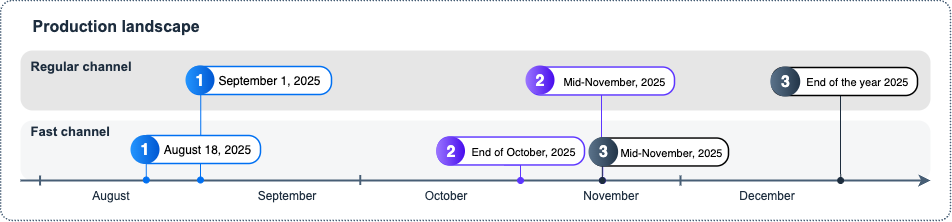
The draw.io diagram docs/30-development/images/APIRule_Migration_Timeline_-_External_f1ce3d8.png in SAP-docs/btp-cloud-platform, before a commit. Source tidied: cells renumbered, new cells last; positions are measured from the earlier drawing's top-left corner, leaving out a move shared by most shapes.
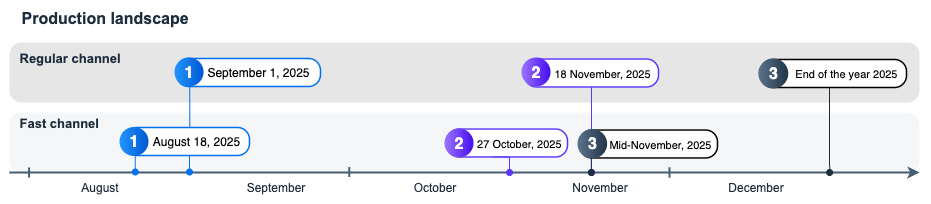
After the commit.

What changed in the source:
```diff
@@ -2,15 +2,12 @@
   <root>
     <mxCell id="0" />
     <mxCell id="1" parent="0" />
-    <mxCell id="2" style="rounded=1;whiteSpace=wrap;html=1;strokeColor=#475E75;fillColor=none;arcSize=24;absoluteArcSize=1;imageWidth=64;imageHeight=64;strokeWidth=1.5;dashed=1;dashPattern=1 1;" parent="1" vertex="1">
-      <mxGeometry width="950" height="220" as="geometry" />
-    </mxCell>
-    <mxCell id="3" style="rounded=1;whiteSpace=wrap;html=1;strokeColor=none;fillColor=#F5F6F7;arcSize=24;absoluteArcSize=1;imageWidth=64;imageHeight=64;strokeWidth=1.5;dashed=1;align=center;verticalAlign=middle;fontFamily=Helvetica;fontSize=12;fontColor=default;dashPattern=1 1;" parent="1" vertex="1">
-      <mxGeometry x="20" y="120" width="910" height="60" as="geometry" />
-    </mxCell>
-    <mxCell id="4" style="endArrow=classic;html=1;rounded=0;strokeWidth=2;strokeColor=#475E75;entryX=1;entryY=1;entryDx=0;entryDy=0;exitX=0;exitY=1;exitDx=0;exitDy=0;" parent="1" edge="1" source="3" target="3">
-      <mxGeometry relative="1" as="geometry" />
-    </mxCell>
+    <mxCell id="42" style="rounded=1;whiteSpace=wrap;html=1;strokeColor=none;fillColor=#F5F6F7;arcSize=24;absoluteArcSize=1;imageWidth=64;imageHeight=64;strokeWidth=1.5;dashed=1;align=center;verticalAlign=middle;fontFamily=Helvetica;fontSize=12;fontColor=default;dashPattern=1 1;" parent="1" vertex="1">
+      <mxGeometry x="20" y="120" width="910" height="60" as="geometry" />
+    </mxCell>
+    <mxCell id="43" style="endArrow=classic;html=1;rounded=0;strokeWidth=2;strokeColor=#475E75;entryX=1;entryY=1;entryDx=0;entryDy=0;exitX=0;exitY=1;exitDx=0;exitDy=0;" parent="1" edge="1" source="42" target="42">
+      <mxGeometry relative="1" as="geometry" />
+    </mxCell>
     <mxCell id="5" value="&lt;font size=&quot;1&quot; face=&quot;arial&quot; style=&quot;&quot;&gt;&lt;span style=&quot;font-size: 12px;&quot;&gt;September&lt;/span&gt;&lt;/font&gt;" style="text;html=1;align=center;verticalAlign=middle;strokeColor=none;fillColor=none;fontSize=12;fontColor=#1D2D3E;fontFamily=Helvetica;" parent="1" vertex="1">
       <mxGeometry x="246" y="180" width="80" height="30" as="geometry" />
     </mxCell>
@@ -20,12 +17,12 @@
     <mxCell id="7" value="&lt;font size=&quot;1&quot; face=&quot;arial&quot; style=&quot;&quot;&gt;&lt;span style=&quot;font-size: 12px;&quot;&gt;December&lt;/span&gt;&lt;/font&gt;" style="text;html=1;align=center;verticalAlign=middle;strokeColor=none;fillColor=none;fontSize=12;fontColor=#1D2D3E;fontFamily=Helvetica;" parent="1" vertex="1">
       <mxGeometry x="726" y="180" width="80" height="30" as="geometry" />
     </mxCell>
-    <mxCell id="8" style="endArrow=none;html=1;rounded=0;strokeWidth=2;strokeColor=#475E75;endFill=0;" parent="1" edge="1">
-      <mxGeometry relative="1" as="geometry">
-        <mxPoint x="680" y="175" as="sourcePoint" />
-        <mxPoint x="680" y="185" as="targetPoint" />
-      </mxGeometry>
-    </mxCell>
+    <mxCell id="44" style="endArrow=none;html=1;rounded=0;strokeWidth=2;strokeColor=#475E75;endFill=0;" parent="1" edge="1">
+      <mxGeometry relative="1" as="geometry">
+        <mxPoint x="680" y="175" as="sourcePoint" />
+        <mxPoint x="680" y="185" as="targetPoint" />
+      </mxGeometry>
+    </mxCell>
     <mxCell id="9" value="&lt;font face=&quot;arial&quot;&gt;&lt;span&gt;&lt;b&gt;Regular channel&lt;/b&gt;&lt;/span&gt;&lt;/font&gt;" style="text;html=1;align=left;verticalAlign=middle;strokeColor=none;fillColor=none;fontSize=12;fontColor=#1d2d3e;fontFamily=Helvetica;" parent="1" vertex="1">
       <mxGeometry x="37.6" y="69" width="120" height="30" as="geometry" />
     </mxCell>
@@ -38,54 +35,54 @@
     <mxCell id="12" value="&lt;font size=&quot;1&quot; face=&quot;arial&quot; style=&quot;&quot;&gt;&lt;span style=&quot;font-size: 12px;&quot;&gt;August&lt;/span&gt;&lt;/font&gt;" style="text;html=1;align=center;verticalAlign=middle;strokeColor=none;fillColor=none;fontSize=12;fontColor=#1D2D3E;fontFamily=Helvetica;" parent="1" vertex="1">
       <mxGeometry x="80" y="180" width="60" height="30" as="geometry" />
     </mxCell>
-    <mxCell id="13" style="rounded=1;whiteSpace=wrap;html=1;strokeColor=none;fillColor=#E6E6E6;arcSize=24;absoluteArcSize=1;imageWidth=64;imageHeight=64;strokeWidth=1.5;dashed=1;dashPattern=1 1;align=center;verticalAlign=middle;fontFamily=Helvetica;fontSize=12;fontColor=default;" parent="1" vertex="1">
-      <mxGeometry x="20" y="50" width="910" height="60" as="geometry" />
-    </mxCell>
+    <mxCell id="45" style="rounded=1;whiteSpace=wrap;html=1;strokeColor=none;fillColor=#E6E6E6;arcSize=24;absoluteArcSize=1;imageWidth=64;imageHeight=64;strokeWidth=1.5;dashed=1;dashPattern=1 1;align=center;verticalAlign=middle;fontFamily=Helvetica;fontSize=12;fontColor=default;" parent="1" vertex="1">
+      <mxGeometry x="20" y="50" width="910" height="60" as="geometry" />
+    </mxCell>
     <mxCell id="14" value="&lt;font size=&quot;1&quot; face=&quot;arial&quot; style=&quot;&quot;&gt;&lt;span style=&quot;font-size: 12px;&quot;&gt;November&lt;/span&gt;&lt;/font&gt;" style="text;html=1;align=center;verticalAlign=middle;strokeColor=none;fillColor=none;fontSize=12;fontColor=#1D2D3E;fontFamily=Helvetica;" parent="1" vertex="1">
       <mxGeometry x="570" y="180" width="80" height="30" as="geometry" />
     </mxCell>
     <mxCell id="15" value="&lt;font face=&quot;arial&quot;&gt;&lt;span&gt;&lt;b&gt;Regular channel&lt;/b&gt;&lt;/span&gt;&lt;/font&gt;" style="text;html=1;align=left;verticalAlign=middle;strokeColor=none;fillColor=none;fontSize=13;fontColor=#1d2d3e;fontFamily=Helvetica;" parent="1" vertex="1">
       <mxGeometry x="27.6" y="50" width="120" height="30" as="geometry" />
     </mxCell>
-    <mxCell id="16" style="group;" parent="1" vertex="1">
-      <mxGeometry x="522" y="66" width="157" height="114" as="geometry" />
-    </mxCell>
-    <mxCell id="17" style="edgeStyle=orthogonalEdgeStyle;rounded=0;jettySize=auto;html=1;exitX=0.5;exitY=1;exitDx=0;exitDy=0;endArrow=oval;endFill=1;strokeColor=#5D36FF;" parent="16" edge="1" source="18">
-      <mxGeometry relative="1" as="geometry">
-        <mxPoint x="80.1" y="114" as="targetPoint" />
-      </mxGeometry>
-    </mxCell>
-    <mxCell id="18" value="Mid-November, 2025" style="rounded=1;whiteSpace=wrap;html=1;strokeColor=#5D36FF;fillColor=#ffffff;arcSize=24;absoluteArcSize=1;imageWidth=64;imageHeight=64;strokeWidth=1.5;align=right;spacingLeft=0;spacing=0;fontSize=11;spacingRight=9;" parent="16" vertex="1">
-      <mxGeometry x="6" y="0.5" width="146" height="28" as="geometry" />
-    </mxCell>
-    <mxCell id="19" value="2" style="ellipse;whiteSpace=wrap;html=1;rotation=0;gradientColor=#470CED;strokeColor=none;gradientDirection=east;fillColor=#9B76FF;rounded=0;fontFamily=Helvetica;fontSize=16;fontColor=#FFFFFF;spacingTop=4;spacingBottom=4;spacingLeft=4;spacingRight=4;fontStyle=1;" parent="16" vertex="1">
-      <mxGeometry x="3" y="-1" width="29" height="29" as="geometry" />
-    </mxCell>
-    <mxCell id="20" style="group;" parent="1" vertex="1">
-      <mxGeometry x="435.5" y="136" width="148.5" height="44" as="geometry" />
-    </mxCell>
-    <mxCell id="21" style="edgeStyle=orthogonalEdgeStyle;rounded=0;orthogonalLoop=1;jettySize=auto;html=1;exitX=0.5;exitY=1;exitDx=0;exitDy=0;endArrow=oval;endFill=1;strokeColor=#5D36FF;" parent="20" edge="1">
-      <mxGeometry relative="1" as="geometry">
-        <mxPoint x="68" y="28.5" as="sourcePoint" />
-        <mxPoint x="84.6" y="44" as="targetPoint" />
-      </mxGeometry>
-    </mxCell>
-    <mxCell id="22" value="End of October, 2025" style="rounded=1;whiteSpace=wrap;html=1;strokeColor=#5D36FF;fillColor=#ffffff;arcSize=24;absoluteArcSize=1;imageWidth=64;imageHeight=64;strokeWidth=1.5;align=right;spacingLeft=0;spacing=0;fontSize=11;spacingRight=9;" parent="20" vertex="1">
-      <mxGeometry x="1.5" y="0.5" width="147" height="28" as="geometry" />
-    </mxCell>
-    <mxCell id="23" value="2" style="ellipse;whiteSpace=wrap;html=1;rotation=0;gradientColor=#470CED;strokeColor=none;gradientDirection=east;fillColor=#9B76FF;rounded=0;fontFamily=Helvetica;fontSize=16;fontColor=#FFFFFF;spacingTop=4;spacingBottom=4;spacingLeft=4;spacingRight=4;fontStyle=1;" parent="20" vertex="1">
-      <mxGeometry width="29" height="29" as="geometry" />
-    </mxCell>
-    <mxCell id="24" style="group;spacing=2;spacingLeft=0;spacingRight=-2;" parent="1" vertex="1">
-      <mxGeometry x="588" y="136.5" width="153" height="43.5" as="geometry" />
-    </mxCell>
-    <mxCell id="25" style="edgeStyle=orthogonalEdgeStyle;rounded=0;orthogonalLoop=1;jettySize=auto;html=1;exitX=0;exitY=0.5;exitDx=0;exitDy=0;endArrow=oval;endFill=1;strokeColor=#1D2D3E;" parent="24" edge="1">
-      <mxGeometry relative="1" as="geometry">
-        <mxPoint x="13.8" y="10.5" as="sourcePoint" />
-        <mxPoint x="13.8" y="43.5" as="targetPoint" />
-      </mxGeometry>
-    </mxCell>
+    <mxCell id="46" style="group;" parent="1" vertex="1">
+      <mxGeometry x="522" y="66" width="157" height="114" as="geometry" />
+    </mxCell>
+    <mxCell id="47" style="edgeStyle=orthogonalEdgeStyle;rounded=0;jettySize=auto;html=1;exitX=0.5;exitY=1;exitDx=0;exitDy=0;endArrow=oval;endFill=1;strokeColor=#5D36FF;" parent="46" edge="1" source="48">
+      <mxGeometry relative="1" as="geometry">
+        <mxPoint x="80.1" y="114" as="targetPoint" />
+      </mxGeometry>
+    </mxCell>
+    <mxCell id="48" value="18 November, 2025" style="rounded=1;whiteSpace=wrap;html=1;strokeColor=#5D36FF;fillColor=#ffffff;arcSize=24;absoluteArcSize=1;imageWidth=64;imageHeight=64;strokeWidth=1.5;align=right;spacingLeft=0;spacing=0;fontSize=11;spacingRight=8;" parent="46" vertex="1">
+      <mxGeometry x="13" y="0.5" width="134" height="28" as="geometry" />
+    </mxCell>
+    <mxCell id="49" value="2" style="ellipse;whiteSpace=wrap;html=1;rotation=0;gradientColor=#470CED;strokeColor=none;gradientDirection=east;fillColor=#9B76FF;rounded=0;fontFamily=Helvetica;fontSize=16;fontColor=#FFFFFF;spacingTop=4;spacingBottom=4;spacingLeft=4;spacingRight=4;fontStyle=1;" parent="46" vertex="1">
+      <mxGeometry x="10" y="-1" width="29" height="29" as="geometry" />
+    </mxCell>
+    <mxCell id="50" value="27 October, 2025" style="rounded=1;whiteSpace=wrap;html=1;strokeColor=#5D36FF;fillColor=#ffffff;arcSize=24;absoluteArcSize=1;imageWidth=64;imageHeight=64;strokeWidth=1.5;align=right;spacingLeft=0;spacing=0;fontSize=11;spacingRight=7;" parent="46" vertex="1">
+      <mxGeometry x="-64.5" y="70.5" width="120.5" height="28" as="geometry" />
+    </mxCell>
+    <mxCell id="51" value="2" style="ellipse;whiteSpace=wrap;html=1;rotation=0;gradientColor=#470CED;strokeColor=none;gradientDirection=east;fillColor=#9B76FF;rounded=0;fontFamily=Helvetica;fontSize=16;fontColor=#FFFFFF;spacingTop=4;spacingBottom=4;spacingLeft=4;spacingRight=4;fontStyle=1;" parent="46" vertex="1">
+      <mxGeometry x="-67" y="70" width="29" height="29" as="geometry" />
+    </mxCell>
+    <mxCell id="52" style="group;" parent="1" vertex="1">
+      <mxGeometry x="435.5" y="136" width="148.5" height="44" as="geometry" />
+    </mxCell>
+    <mxCell id="53" style="edgeStyle=orthogonalEdgeStyle;rounded=0;orthogonalLoop=1;jettySize=auto;html=1;exitX=0.5;exitY=1;exitDx=0;exitDy=0;endArrow=oval;endFill=1;strokeColor=#5D36FF;" parent="52" edge="1">
+      <mxGeometry relative="1" as="geometry">
+        <mxPoint x="68" y="28.5" as="sourcePoint" />
+        <mxPoint x="84.6" y="44" as="targetPoint" />
+      </mxGeometry>
+    </mxCell>
+    <mxCell id="54" style="group;spacing=2;spacingLeft=0;spacingRight=-2;" parent="1" vertex="1">
+      <mxGeometry x="588" y="136.5" width="153" height="43.5" as="geometry" />
+    </mxCell>
+    <mxCell id="55" style="edgeStyle=orthogonalEdgeStyle;rounded=0;orthogonalLoop=1;jettySize=auto;html=1;exitX=0;exitY=0.5;exitDx=0;exitDy=0;endArrow=oval;endFill=1;strokeColor=#1D2D3E;" parent="54" edge="1">
+      <mxGeometry relative="1" as="geometry">
+        <mxPoint x="13.8" y="10.5" as="sourcePoint" />
+        <mxPoint x="13.8" y="43.5" as="targetPoint" />
+      </mxGeometry>
+    </mxCell>
-    <mxCell id="26" style="group;spacingRight=0;spacingLeft=0;" parent="24" vertex="1">
+    <mxCell id="26" style="group;spacingRight=0;spacingLeft=0;" parent="54" vertex="1">
       <mxGeometry width="153" height="30" as="geometry" />
     </mxCell>
     <mxCell id="27" value="Mid-November, 2025" style="rounded=1;whiteSpace=wrap;html=1;strokeColor=#000000;fillColor=#ffffff;arcSize=24;absoluteArcSize=1;imageWidth=64;imageHeight=64;strokeWidth=1.5;align=right;spacingLeft=0;spacing=0;fontSize=11;spacingRight=6;" parent="26" vertex="1">
@@ -94,52 +91,52 @@
     <mxCell id="28" value="3" style="ellipse;whiteSpace=wrap;html=1;rotation=0;gradientColor=#223548;strokeColor=none;gradientDirection=east;fillColor=#5b738b;rounded=0;fontFamily=Helvetica;fontSize=16;fontColor=#FFFFFF;spacingTop=4;spacingBottom=4;spacingLeft=4;spacingRight=4;fontStyle=1;" parent="26" vertex="1">
       <mxGeometry width="29.6" height="29.6" as="geometry" />
     </mxCell>
-    <mxCell id="29" style="group;" parent="1" vertex="1">
-      <mxGeometry x="769.8" y="66" width="147.2" height="114" as="geometry" />
-    </mxCell>
-    <mxCell id="30" style="edgeStyle=orthogonalEdgeStyle;rounded=0;jettySize=auto;html=1;exitX=0.471;exitY=0.906;exitDx=0;exitDy=0;endArrow=oval;endFill=1;strokeColor=#1D2D3E;exitPerimeter=0;" parent="29" edge="1" source="31">
-      <mxGeometry relative="1" as="geometry">
-        <mxPoint x="70.4" y="114" as="targetPoint" />
-      </mxGeometry>
-    </mxCell>
+    <mxCell id="56" style="group;" parent="1" vertex="1">
+      <mxGeometry x="769.8" y="66" width="147.2" height="114" as="geometry" />
+    </mxCell>
+    <mxCell id="57" style="edgeStyle=orthogonalEdgeStyle;rounded=0;jettySize=auto;html=1;exitX=0.471;exitY=0.906;exitDx=0;exitDy=0;endArrow=oval;endFill=1;strokeColor=#1D2D3E;exitPerimeter=0;" parent="56" edge="1" source="31">
+      <mxGeometry relative="1" as="geometry">
+        <mxPoint x="70.4" y="114" as="targetPoint" />
+      </mxGeometry>
+    </mxCell>
-    <mxCell id="31" value="End of the year 2025" style="rounded=1;whiteSpace=wrap;html=1;strokeColor=#000000;fillColor=#ffffff;arcSize=24;absoluteArcSize=1;imageWidth=64;imageHeight=64;strokeWidth=1.5;align=right;spacingLeft=0;spacing=0;fontSize=11;spacingRight=9;" parent="29" vertex="1">
+    <mxCell id="31" value="End of the year 2025" style="rounded=1;whiteSpace=wrap;html=1;strokeColor=#000000;fillColor=#ffffff;arcSize=24;absoluteArcSize=1;imageWidth=64;imageHeight=64;strokeWidth=1.5;align=right;spacingLeft=0;spacing=0;fontSize=11;spacingRight=9;" parent="56" vertex="1">
       <mxGeometry x="1.5" y="1" width="145.8" height="28" as="geometry" />
     </mxCell>
-    <mxCell id="32" value="3" style="ellipse;whiteSpace=wrap;html=1;rotation=0;gradientColor=#223548;strokeColor=none;gradientDirection=east;fillColor=#5b738b;rounded=0;fontFamily=Helvetica;fontSize=16;fontColor=#FFFFFF;spacingTop=4;spacingBottom=4;spacingLeft=4;spacingRight=4;fontStyle=1;" parent="29" vertex="1">
-      <mxGeometry width="30" height="30" as="geometry" />
+    <mxCell id="32" value="3" style="ellipse;whiteSpace=wrap;html=1;rotation=0;gradientColor=#223548;strokeColor=none;gradientDirection=east;fillColor=#5b738b;rounded=0;fontFamily=Helvetica;fontSize=16;fontColor=#FFFFFF;spacingTop=4;spacingBottom=4;spacingLeft=4;spacingRight=4;fontStyle=1;" parent="56" vertex="1">
+      <mxGeometry x="-1" width="30" height="30" as="geometry" />
     </mxCell>
-    <mxCell id="33" style="endArrow=none;html=1;rounded=0;strokeWidth=2;strokeColor=#475E75;endFill=0;" parent="1" edge="1">
-      <mxGeometry relative="1" as="geometry">
-        <mxPoint x="359.7" y="174.5" as="sourcePoint" />
-        <mxPoint x="359.7" y="184.5" as="targetPoint" />
-      </mxGeometry>
-    </mxCell>
-    <mxCell id="34" style="endArrow=none;html=1;rounded=0;strokeWidth=2;strokeColor=#475E75;endFill=0;" parent="1" edge="1">
-      <mxGeometry relative="1" as="geometry">
-        <mxPoint x="39.6" y="175" as="sourcePoint" />
-        <mxPoint x="39.6" y="185" as="targetPoint" />
-      </mxGeometry>
-    </mxCell>
-    <mxCell id="35" style="group;" parent="1" vertex="1">
-      <mxGeometry x="132" y="65" width="200" height="114.5" as="geometry" />
-    </mxCell>
+    <mxCell id="58" style="endArrow=none;html=1;rounded=0;strokeWidth=2;strokeColor=#475E75;endFill=0;" parent="1" edge="1">
+      <mxGeometry relative="1" as="geometry">
+        <mxPoint x="359.7" y="174.5" as="sourcePoint" />
+        <mxPoint x="359.7" y="184.5" as="targetPoint" />
+      </mxGeometry>
+    </mxCell>
+    <mxCell id="59" style="endArrow=none;html=1;rounded=0;strokeWidth=2;strokeColor=#475E75;endFill=0;" parent="1" edge="1">
+      <mxGeometry relative="1" as="geometry">
+        <mxPoint x="39.6" y="175" as="sourcePoint" />
+        <mxPoint x="39.6" y="185" as="targetPoint" />
+      </mxGeometry>
+    </mxCell>
+    <mxCell id="60" style="group;" parent="1" vertex="1">
+      <mxGeometry x="132" y="65" width="200" height="114.5" as="geometry" />
+    </mxCell>
-    <mxCell id="36" value="September 1, 2025" style="rounded=1;whiteSpace=wrap;html=1;strokeColor=#0070F2;fillColor=#ffffff;arcSize=24;absoluteArcSize=1;imageWidth=64;imageHeight=64;strokeWidth=1.5;align=right;spacingLeft=0;spacing=11;" parent="35" vertex="1">
+    <mxCell id="36" value="September 1, 2025" style="rounded=1;whiteSpace=wrap;html=1;strokeColor=#0070F2;fillColor=#ffffff;arcSize=24;absoluteArcSize=1;imageWidth=64;imageHeight=64;strokeWidth=1.5;align=right;spacingLeft=0;spacing=11;" parent="60" vertex="1">
       <mxGeometry x="55" y="1" width="144" height="28" as="geometry" />
     </mxCell>
-    <mxCell id="37" value="1" style="ellipse;whiteSpace=wrap;html=1;rotation=0;gradientColor=#0057D2;strokeColor=none;gradientDirection=east;fillColor=#2395FF;rounded=0;fontFamily=Helvetica;fontSize=16;fontColor=#FFFFFF;spacingTop=4;spacingBottom=4;spacingLeft=4;spacingRight=4;fontStyle=1;" parent="35" vertex="1">
+    <mxCell id="37" value="1" style="ellipse;whiteSpace=wrap;html=1;rotation=0;gradientColor=#0057D2;strokeColor=none;gradientDirection=east;fillColor=#2395FF;rounded=0;fontFamily=Helvetica;fontSize=16;fontColor=#FFFFFF;spacingTop=4;spacingBottom=4;spacingLeft=4;spacingRight=4;fontStyle=1;" parent="60" vertex="1">
       <mxGeometry x="53" width="29" height="29" as="geometry" />
     </mxCell>
-    <mxCell id="38" style="edgeStyle=orthogonalEdgeStyle;rounded=0;jettySize=auto;html=1;exitX=0.092;exitY=0.978;exitDx=0;exitDy=0;endArrow=oval;endFill=1;strokeColor=#0070F2;exitPerimeter=0;" parent="35" edge="1" source="36">
-      <mxGeometry relative="1" as="geometry">
-        <mxPoint x="68" y="114.5" as="targetPoint" />
-      </mxGeometry>
-    </mxCell>
-    <mxCell id="39" style="edgeStyle=orthogonalEdgeStyle;rounded=0;orthogonalLoop=1;jettySize=auto;html=1;exitX=0.5;exitY=1;exitDx=0;exitDy=0;endArrow=oval;endFill=1;strokeColor=#0070F2;" parent="1" edge="1">
-      <mxGeometry relative="1" as="geometry">
-        <mxPoint x="145.8" y="163" as="sourcePoint" />
-        <mxPoint x="145.8" y="179.5" as="targetPoint" />
-      </mxGeometry>
-    </mxCell>
+    <mxCell id="61" style="edgeStyle=orthogonalEdgeStyle;rounded=0;jettySize=auto;html=1;exitX=0.092;exitY=0.978;exitDx=0;exitDy=0;endArrow=oval;endFill=1;strokeColor=#0070F2;exitPerimeter=0;" parent="60" edge="1" source="36">
+      <mxGeometry relative="1" as="geometry">
+        <mxPoint x="68" y="114.5" as="targetPoint" />
+      </mxGeometry>
+    </mxCell>
+    <mxCell id="62" style="edgeStyle=orthogonalEdgeStyle;rounded=0;orthogonalLoop=1;jettySize=auto;html=1;exitX=0.5;exitY=1;exitDx=0;exitDy=0;endArrow=oval;endFill=1;strokeColor=#0070F2;" parent="1" edge="1">
+      <mxGeometry relative="1" as="geometry">
+        <mxPoint x="145.8" y="163" as="sourcePoint" />
+        <mxPoint x="145.8" y="179.5" as="targetPoint" />
+      </mxGeometry>
+    </mxCell>
     <mxCell id="40" value="August 18, 2025" style="rounded=1;whiteSpace=wrap;html=1;strokeColor=#0070F2;fillColor=#ffffff;arcSize=24;absoluteArcSize=1;imageWidth=64;imageHeight=64;strokeWidth=1.5;align=center;spacingLeft=18;spacing=0;spacingRight=0;" parent="1" vertex="1">
       <mxGeometry x="135.5" y="135" width="124.5" height="28" as="geometry" />
     </mxCell>
```
